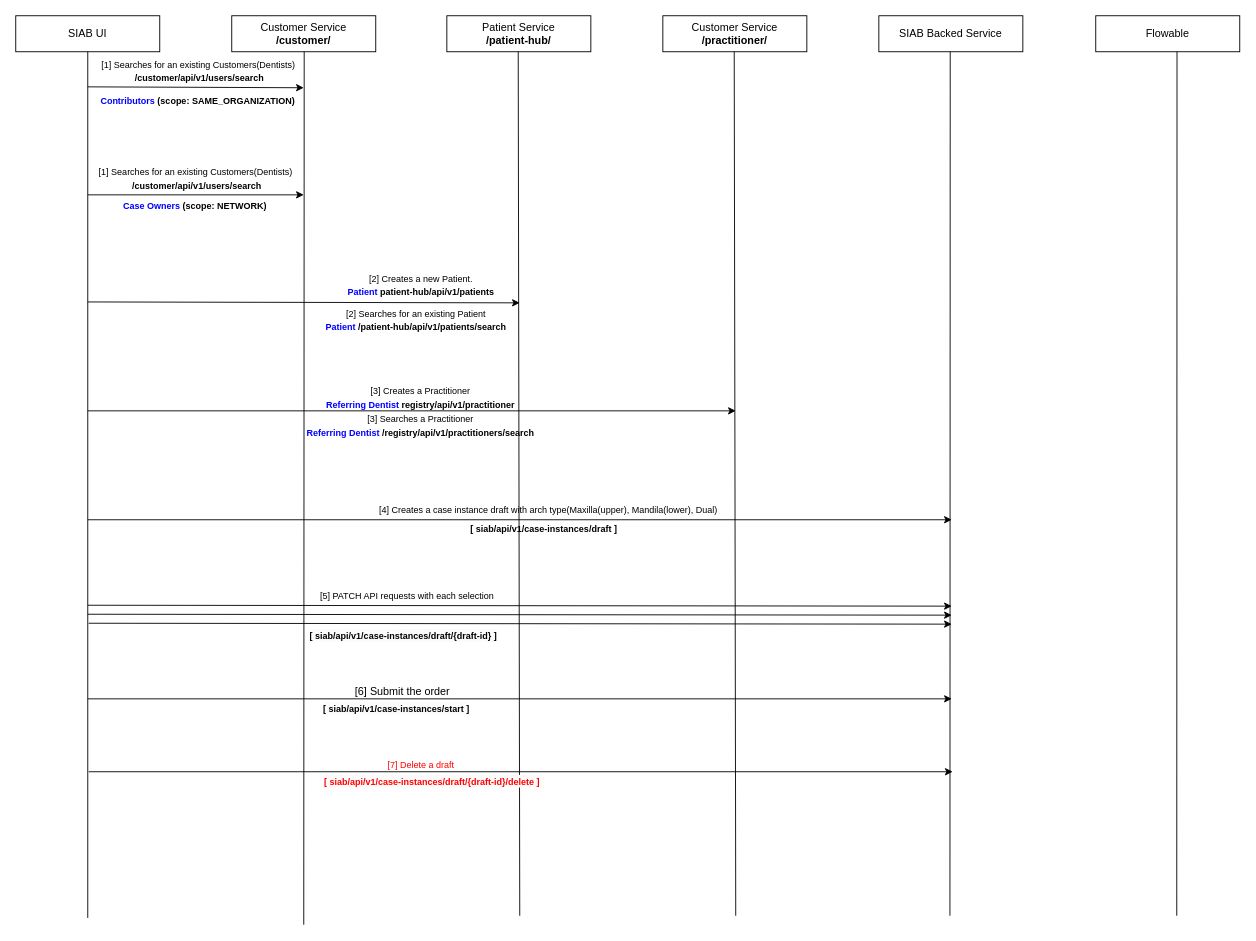
Above: page "SiaB_OrderCreation" (2 of 3) of axs-order.drawio in ankitverma5859/drawio (draw.io), before the change. Source tidied: cells renumbered, new cells numbered last; positions are measured from the earlier drawing's top-left corner, leaving out a move shared by most shapes. Both pictures are drawn from the tidied source at 90%, with x=0, y=0 at pixel (15, 15).
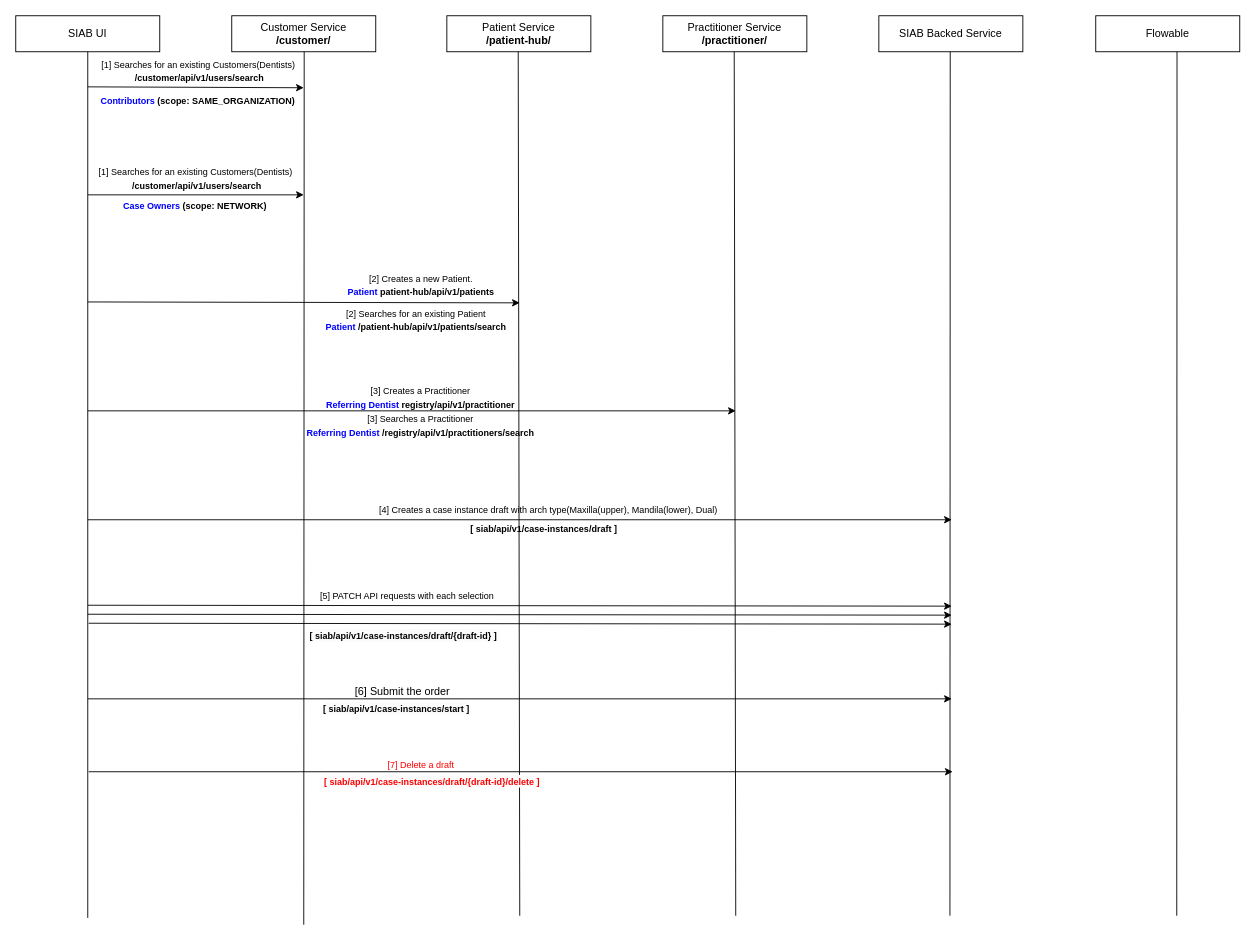
Above is the later version.

Diff of the diagram source:
```diff
@@
-    <mxCell id="4" value="Customer Service&lt;br&gt;&lt;b style=&quot;border-color: var(--border-color);&quot;&gt;/practitioner/&lt;/b&gt;" style="rounded=0;whiteSpace=wrap;html=1;" parent="1" vertex="1">
+    <mxCell id="4" value="Practitioner Service&lt;br&gt;&lt;b style=&quot;border-color: var(--border-color);&quot;&gt;/practitioner/&lt;/b&gt;" style="rounded=0;whiteSpace=wrap;html=1;" parent="1" vertex="1">
       <mxGeometry x="719" width="160" height="40" as="geometry" />
     </mxCell>
```
